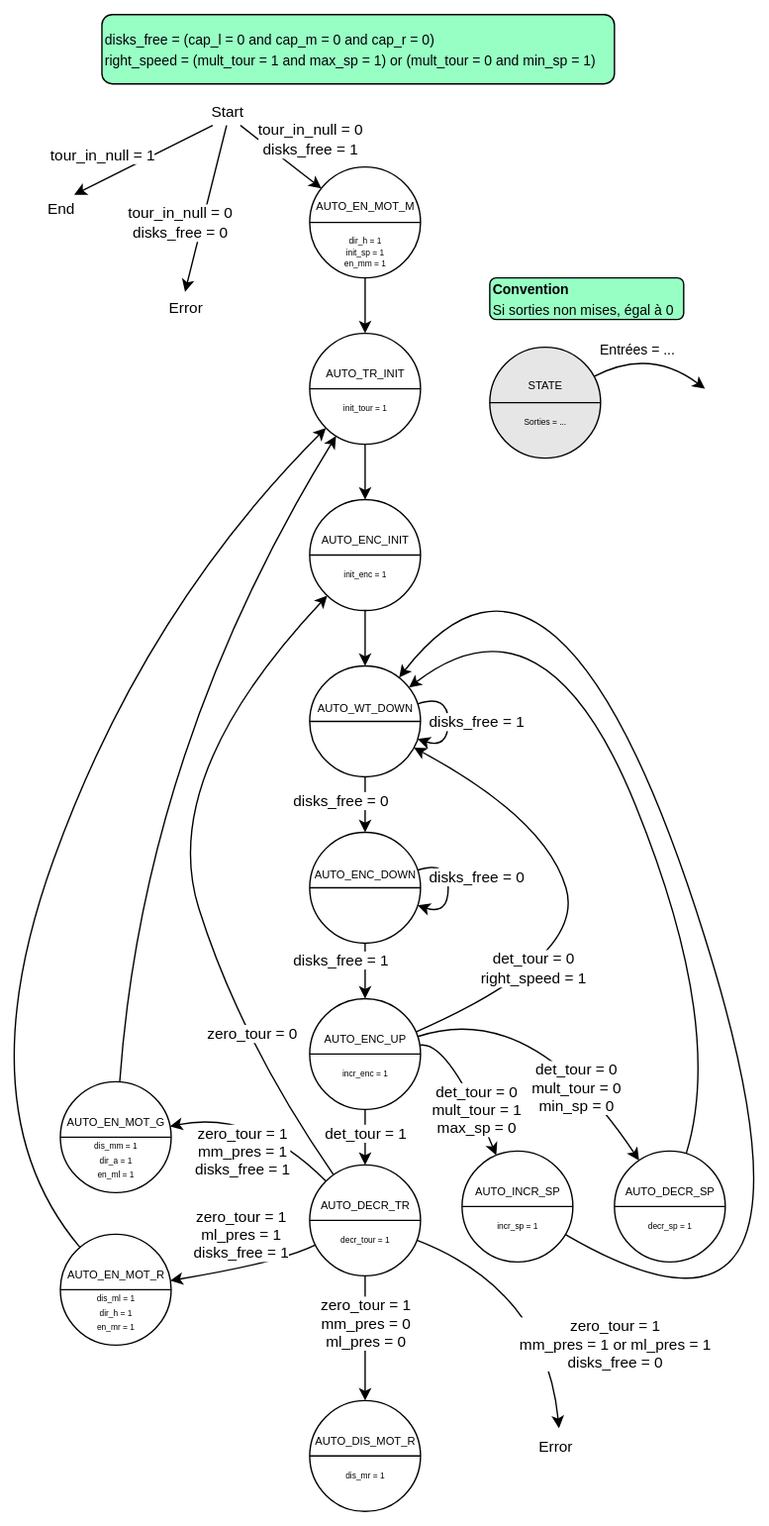
Earlier version of the draw.io export doc/images/state_auto_sequence.svg (Schokiiiiiiii/csn26). Source tidied: cells renumbered, new cells last; positions are measured from the earlier drawing's top-left corner, leaving out a move shared by most shapes.
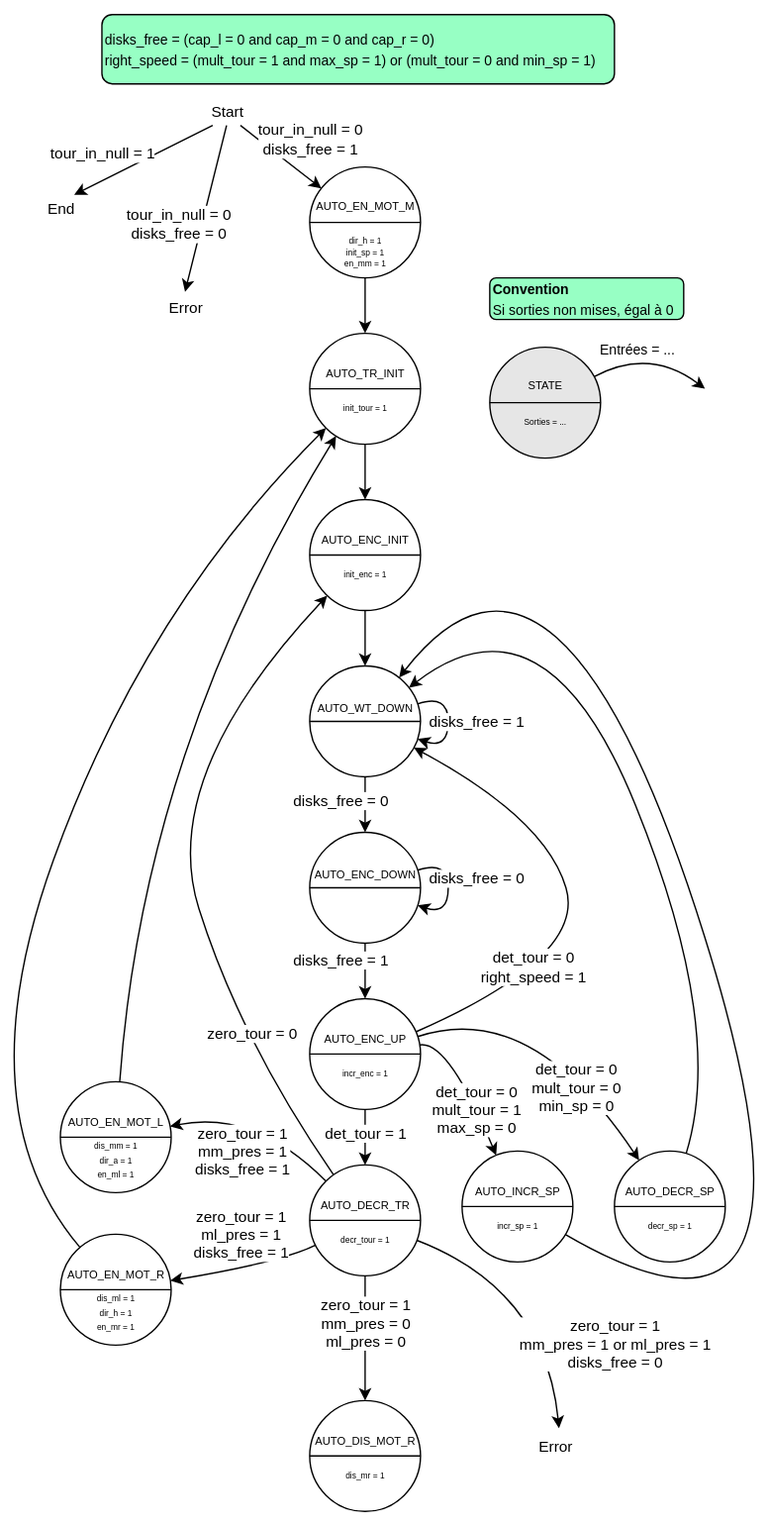
The same file after the commit.

What changed in the source:
```diff
@@ -132,7 +132,7 @@
     <mxCell id="36" style="endArrow=none;html=1;rounded=0;exitX=0;exitY=0.5;exitDx=0;exitDy=0;entryX=1;entryY=0.5;entryDx=0;entryDy=0;" parent="1" edge="1" source="35" target="35">
       <mxGeometry relative="1" as="geometry" />
     </mxCell>
-    <mxCell id="37" value="&lt;div style=&quot;line-height: 90%;&quot;&gt;&lt;br&gt;&lt;/div&gt;&lt;div style=&quot;line-height: 90%;&quot;&gt;&lt;span style=&quot;font-size: 8px; line-height: 250%;&quot;&gt;AUTO_EN_MOT_G&lt;/span&gt;&lt;/div&gt;&lt;div style=&quot;line-height: 70%;&quot;&gt;&lt;span style=&quot;font-size: 6px;&quot;&gt;dis_mm = 1&lt;/span&gt;&lt;/div&gt;&lt;div style=&quot;line-height: 70%;&quot;&gt;&lt;span style=&quot;font-size: 6px;&quot;&gt;dir_a = 1&lt;/span&gt;&lt;/div&gt;&lt;div style=&quot;line-height: 70%;&quot;&gt;&lt;span style=&quot;font-size: 6px;&quot;&gt;en_ml = 1&lt;/span&gt;&lt;/div&gt;" style="ellipse;whiteSpace=wrap;html=1;" parent="1" vertex="1">
+    <mxCell id="37" value="&lt;div style=&quot;line-height: 90%;&quot;&gt;&lt;br&gt;&lt;/div&gt;&lt;div style=&quot;line-height: 90%;&quot;&gt;&lt;span style=&quot;font-size: 8px; line-height: 250%;&quot;&gt;AUTO_EN_MOT_L&lt;/span&gt;&lt;/div&gt;&lt;div style=&quot;line-height: 70%;&quot;&gt;&lt;span style=&quot;font-size: 6px;&quot;&gt;dis_mm = 1&lt;/span&gt;&lt;/div&gt;&lt;div style=&quot;line-height: 70%;&quot;&gt;&lt;span style=&quot;font-size: 6px;&quot;&gt;dir_a = 1&lt;/span&gt;&lt;/div&gt;&lt;div style=&quot;line-height: 70%;&quot;&gt;&lt;span style=&quot;font-size: 6px;&quot;&gt;en_ml = 1&lt;/span&gt;&lt;/div&gt;" style="ellipse;whiteSpace=wrap;html=1;" parent="1" vertex="1">
       <mxGeometry x="70" y="770" width="80" height="80" as="geometry" />
     </mxCell>
     <mxCell id="38" style="endArrow=none;html=1;rounded=0;exitX=0;exitY=0.5;exitDx=0;exitDy=0;entryX=1;entryY=0.5;entryDx=0;entryDy=0;elbow=horizontal;" parent="1" edge="1" source="37" target="37">
```
